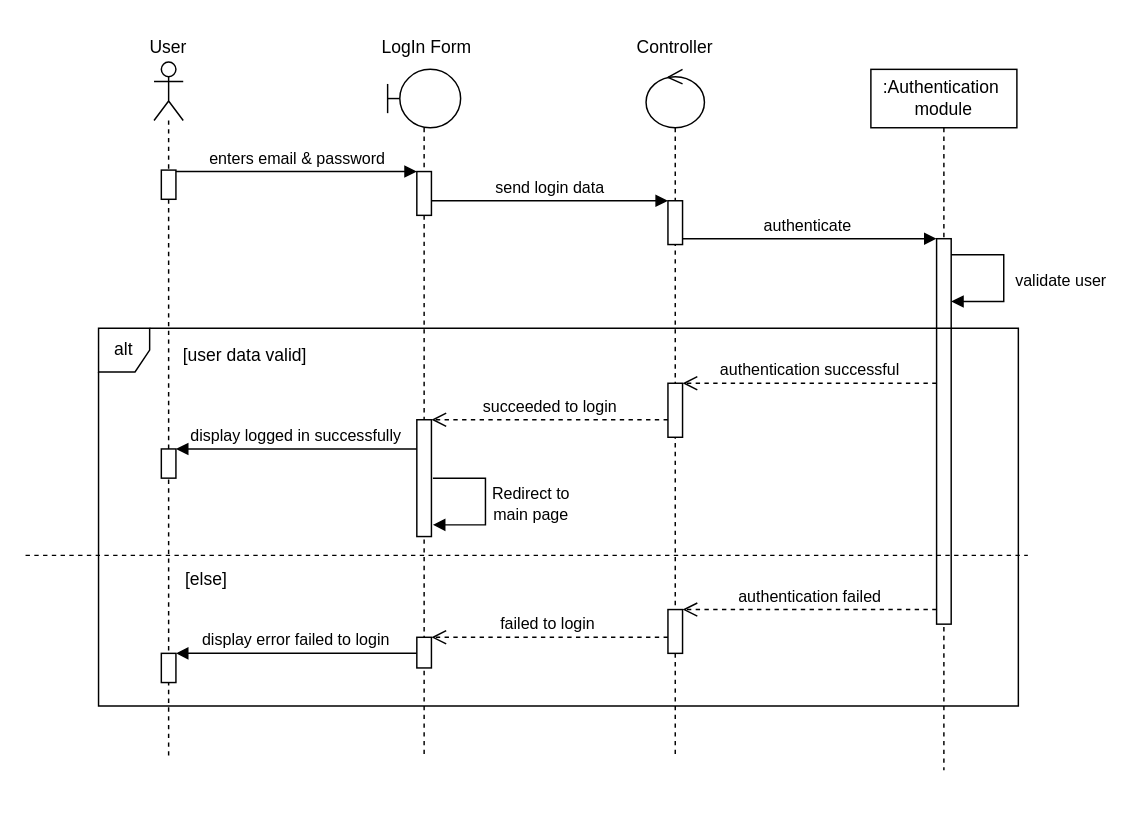
Before: uml diagram/logIn_sequence.drawio in rayenbenyoussef/Jci_Manager, a draw.io diagram. Source tidied: cells renumbered, new cells numbered last; positions are measured from the earlier drawing's top-left corner, leaving out a move shared by most shapes. Both pictures are drawn from the tidied source at 146%, with x=0, y=0 at pixel (25, 25).
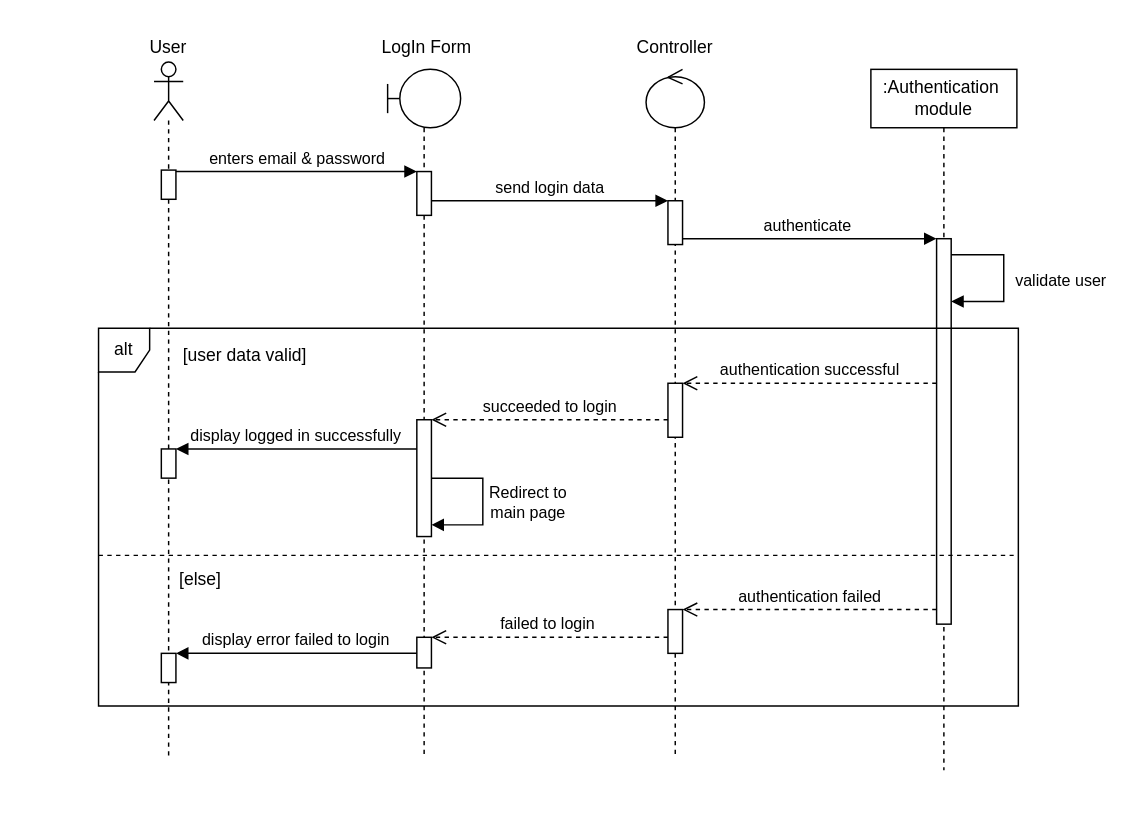
The same page after the edit.

The change refers to these unchanged cells:
```xml
<mxCell id="24" style="shape=umlLifeline;perimeter=lifelinePerimeter;whiteSpace=wrap;html=1;newEdgeStyle={&quot;curved&quot;:0,&quot;rounded&quot;:0};participant=umlBoundary;" parent="1" vertex="1">
  <mxGeometry x="248" y="30" width="50" height="470" as="geometry" />
</mxCell>
<mxCell id="25" style="html=1;points=[[0,0,0,0,5],[0,1,0,0,-5],[1,0,0,0,5],[1,1,0,0,-5]];perimeter=orthogonalPerimeter;outlineConnect=0;targetShapes=umlLifeline;portConstraint=eastwest;newEdgeStyle={&quot;curved&quot;:0,&quot;rounded&quot;:0};" parent="24" vertex="1">
  <mxGeometry x="20" y="240" width="10" height="80" as="geometry" />
</mxCell>
```

The edit, as a diff of the source:
```diff
@@
+    <mxCell id="35" style="html=1;verticalAlign=bottom;endArrow=block;curved=0;rounded=0;" parent="24" edge="1" source="25" target="25">
+      <mxGeometry relative="1" as="geometry">
+        <Array as="points">
+          <mxPoint x="46.6" y="280" />
+          <mxPoint x="65.2" y="280" />
+          <mxPoint x="65.2" y="312" />
+        </Array>
+      </mxGeometry>
+    </mxCell>
+    <mxCell id="36" value="&lt;div&gt;Redirect to&lt;/div&gt;&lt;div&gt;main page&lt;/div&gt;" style="edgeLabel;html=1;align=center;verticalAlign=middle;" parent="35" vertex="1">
+      <mxGeometry x="0.01" relative="1" as="geometry">
+        <mxPoint x="30" as="offset" />
+      </mxGeometry>
+    </mxCell>
@@
     <mxCell id="29" style="group;fillColor=none;" parent="1" vertex="1">
-      <mxGeometry y="206" width="690" height="330" as="geometry" />
+      <mxGeometry x="50" y="206" width="630" height="330" as="geometry" />
     </mxCell>
     <mxCell id="30" value="alt" style="shape=umlFrame;whiteSpace=wrap;html=1;width=35;height=30;fillColor=light-dark(#FFFFFF,transparent);" parent="29" vertex="1">
-      <mxGeometry x="50" y="1.3" width="630" height="258.7" as="geometry" />
+      <mxGeometry y="1.3" width="630" height="258.7" as="geometry" />
     </mxCell>
     <mxCell id="31" value="[user data valid]" style="text;html=1;whiteSpace=wrap;strokeColor=none;fillColor=none;align=center;verticalAlign=middle;rounded=0;" parent="29" vertex="1">
-      <mxGeometry x="103" width="95" height="39.1" as="geometry" />
+      <mxGeometry x="56.6" width="86.8" height="39.1" as="geometry" />
     </mxCell>
     <mxCell id="32" style="group;" parent="29" vertex="1">
-      <mxGeometry y="154" width="686.5" height="39.1" as="geometry" />
+      <mxGeometry y="154" width="626.8" height="39.1" as="geometry" />
     </mxCell>
     <mxCell id="33" style="endArrow=none;dashed=1;html=1;rounded=0;exitX=0;exitY=0.615;exitDx=0;exitDy=0;exitPerimeter=0;entryX=1.001;entryY=0.615;entryDx=0;entryDy=0;entryPerimeter=0;" parent="32" edge="1">
       <mxGeometry relative="1" as="geometry">
         <mxPoint y="2.9" as="sourcePoint" />
-        <mxPoint x="686.5" y="2.9" as="targetPoint" />
+        <mxPoint x="626.8" y="2.9" as="targetPoint" />
       </mxGeometry>
     </mxCell>
     <mxCell id="34" value="[else]" style="text;html=1;whiteSpace=wrap;strokeColor=none;fillColor=none;align=center;verticalAlign=middle;rounded=0;" parent="32" vertex="1">
-      <mxGeometry x="76.3" width="96.3" height="39.1" as="geometry" />
+      <mxGeometry x="26.3" width="88" height="39.1" as="geometry" />
     </mxCell>
-    <mxCell id="35" style="html=1;verticalAlign=bottom;endArrow=block;curved=0;rounded=0;" parent="29" edge="1">
-      <mxGeometry relative="1" as="geometry">
-        <mxPoint x="279" y="104" as="sourcePoint" />
-        <mxPoint x="279" y="136" as="targetPoint" />
-        <Array as="points">
-          <mxPoint x="295" y="104" />
-          <mxPoint x="315" y="104" />
-          <mxPoint x="315" y="136" />
-        </Array>
-      </mxGeometry>
-    </mxCell>
-    <mxCell id="36" value="&lt;div&gt;Redirect to&lt;/div&gt;&lt;div&gt;main page&lt;/div&gt;" style="edgeLabel;html=1;align=center;verticalAlign=middle;" parent="35" vertex="1">
-      <mxGeometry x="0.01" relative="1" as="geometry">
-        <mxPoint x="30" as="offset" />
-      </mxGeometry>
-    </mxCell>
```
